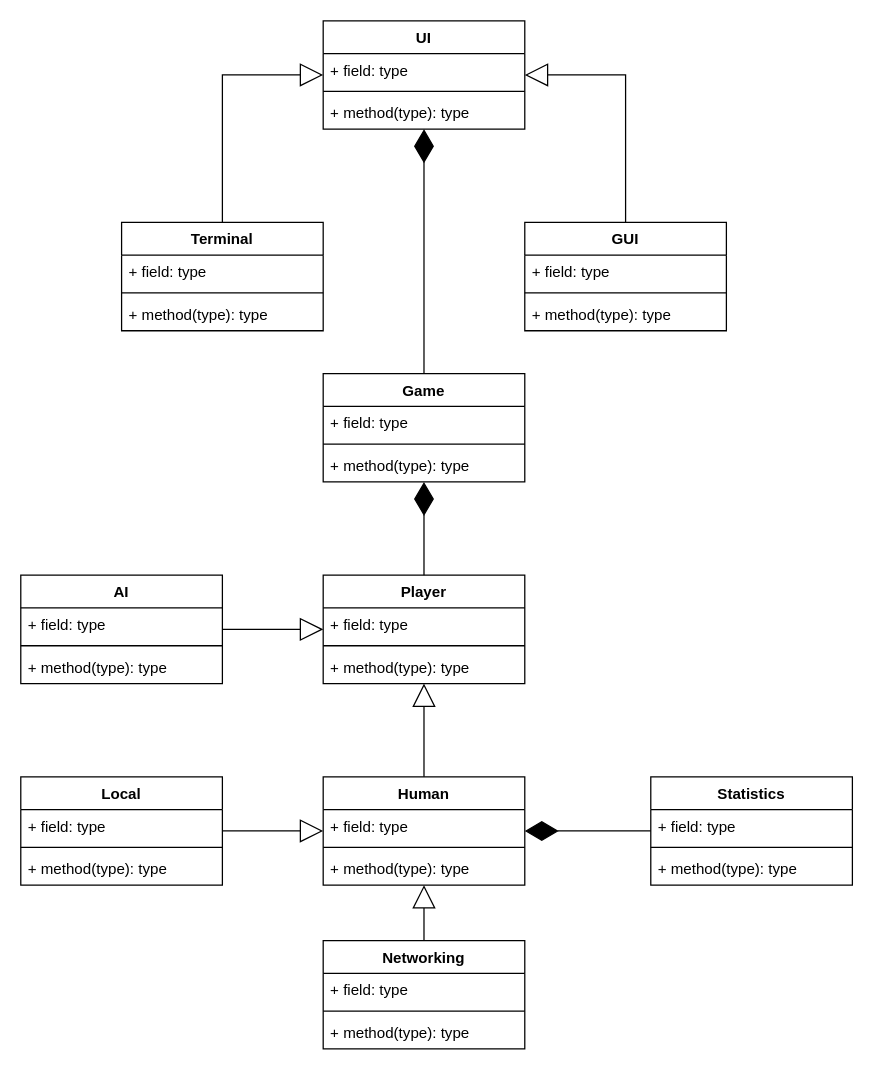
Earlier version of the draw.io diagram Software Object diagram.drawio (Rufushwilliams/NEA---MasterMind). Source tidied: cells renumbered, new cells numbered last; positions are measured from the earlier drawing's top-left corner, leaving out a move shared by most shapes. Both pictures are drawn from the tidied source at 126%, with x=0, y=0 at pixel (20, 20).
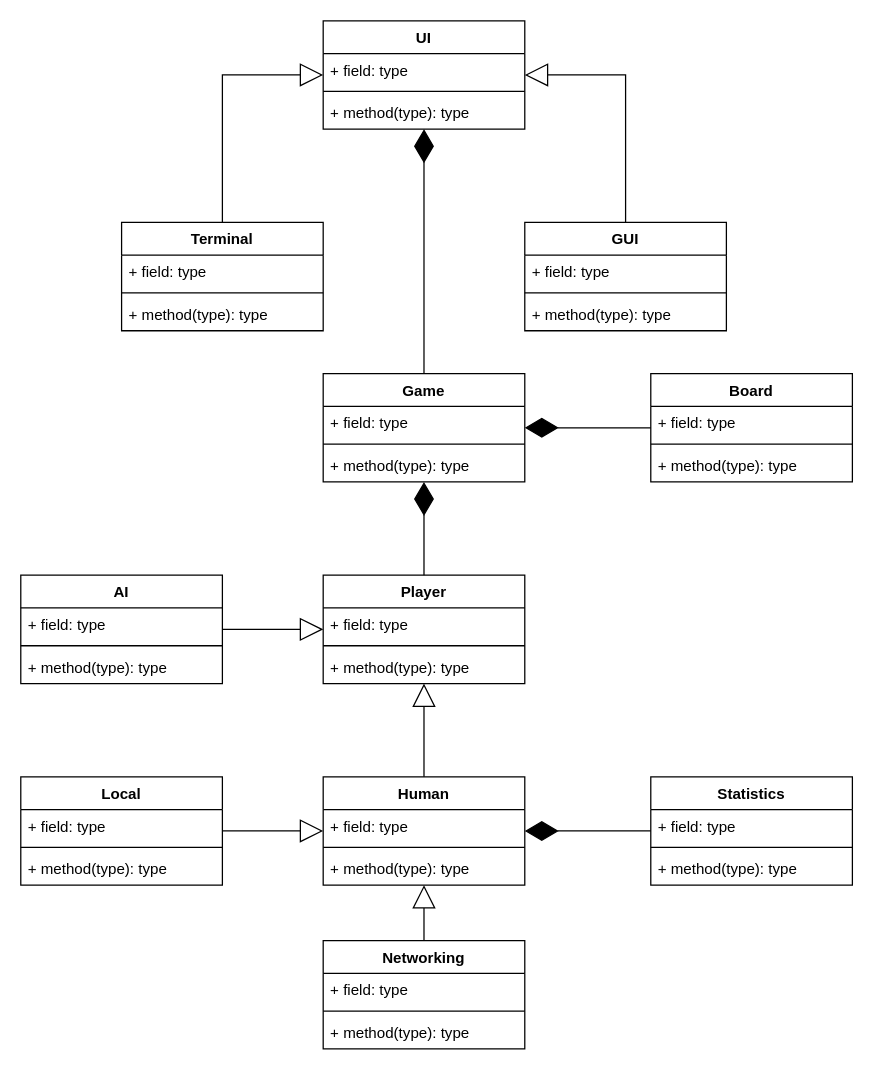
Above is the later version.

Commit message:
Added Board class to Software Object diagram.drawio

The change refers to these unchanged cells:
```xml
<mxCell id="2" value="Game" style="swimlane;fontStyle=1;align=center;verticalAlign=top;horizontal=1;startSize=26;" parent="1" vertex="1">
  <mxGeometry x="240" y="280" width="160" height="86" as="geometry" />
</mxCell>
```

Change to the diagram source:
```diff
@@
+    <mxCell id="51" style="endArrow=diamondThin;endFill=1;endSize=24;html=1;rounded=0;" parent="1" edge="1" source="52" target="2">
+      <mxGeometry relative="1" as="geometry" />
+    </mxCell>
+    <mxCell id="52" value="Board" style="swimlane;fontStyle=1;align=center;verticalAlign=top;horizontal=1;startSize=26;" parent="1" vertex="1">
+      <mxGeometry x="500" y="280" width="160" height="86" as="geometry" />
+    </mxCell>
+    <mxCell id="53" value="+ field: type" style="text;strokeColor=none;fillColor=none;align=left;verticalAlign=top;spacingLeft=4;spacingRight=4;overflow=hidden;" parent="52" vertex="1">
+      <mxGeometry y="26" width="160" height="26" as="geometry" />
+    </mxCell>
+    <mxCell id="54" style="line;strokeWidth=1;fillColor=none;align=left;verticalAlign=middle;spacingTop=-1;spacingLeft=3;spacingRight=3;labelPosition=right;" parent="52" vertex="1">
+      <mxGeometry y="52" width="160" height="8" as="geometry" />
+    </mxCell>
+    <mxCell id="55" value="+ method(type): type" style="text;strokeColor=none;fillColor=none;align=left;verticalAlign=top;spacingLeft=4;spacingRight=4;overflow=hidden;" parent="52" vertex="1">
+      <mxGeometry y="60" width="160" height="26" as="geometry" />
+    </mxCell>
```
